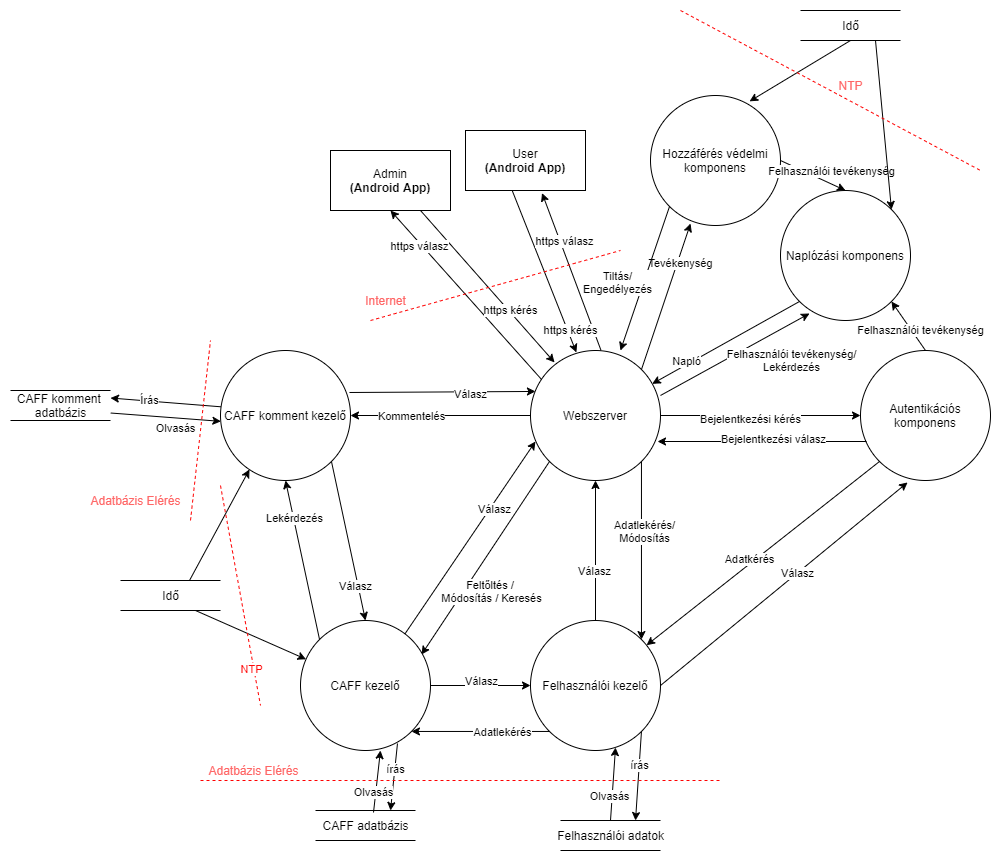
Earlier version of the draw.io export plans/DataFlow.drawio.png (zuper1998/SzamBiztHF). Source tidied: cells renumbered, new cells last; positions are measured from the earlier drawing's top-left corner, leaving out a move shared by most shapes.
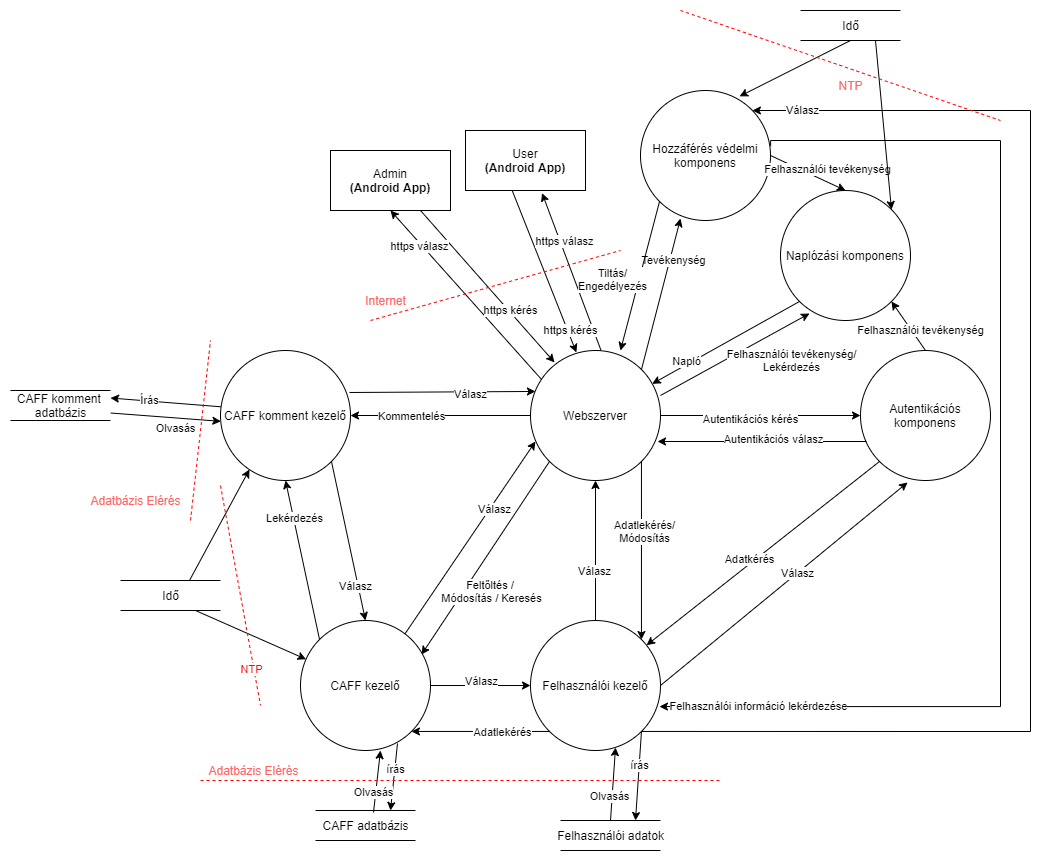
The same diagram one commit later.

The edit, as a diff of the source:
```diff
@@ -2,8 +2,22 @@
   <root>
     <mxCell id="0" />
     <mxCell id="1" parent="0" />
+    <mxCell id="89" style="edgeStyle=orthogonalEdgeStyle;rounded=0;jettySize=auto;html=1;entryX=0.992;entryY=0.662;entryDx=0;entryDy=0;entryPerimeter=0;exitX=1.001;exitY=0.428;exitDx=0;exitDy=0;exitPerimeter=0;" parent="1" edge="1" source="2" target="40">
+      <mxGeometry relative="1" as="geometry">
+        <Array as="points">
+          <mxPoint x="760" y="130" />
+          <mxPoint x="990" y="130" />
+          <mxPoint x="990" y="696" />
+        </Array>
+      </mxGeometry>
+    </mxCell>
+    <mxCell id="90" value="Felhasználói információ lekérdezése" style="edgeLabel;html=1;align=center;verticalAlign=middle;" parent="89" vertex="1">
+      <mxGeometry x="0.89" y="-1" relative="1" as="geometry">
+        <mxPoint x="36" as="offset" />
+      </mxGeometry>
+    </mxCell>
     <mxCell id="2" value="Hozzáférés védelmi komponens" style="ellipse;whiteSpace=wrap;html=1;" parent="1" vertex="1">
-      <mxGeometry x="640" y="85" width="130" height="130" as="geometry" />
+      <mxGeometry x="630" y="80" width="130" height="130" as="geometry" />
     </mxCell>
     <mxCell id="3" style="rounded=0;jettySize=auto;html=1;exitX=0.39;exitY=1.005;exitDx=0;exitDy=0;exitPerimeter=0;entryX=0.353;entryY=0.015;entryDx=0;entryDy=0;entryPerimeter=0;" parent="1" edge="1" source="19" target="16">
       <mxGeometry relative="1" as="geometry" />
@@ -11,7 +25,7 @@
     <mxCell id="4" style="edgeStyle=none;rounded=0;jettySize=auto;html=1;exitX=1;exitY=0.5;exitDx=0;exitDy=0;entryX=0;entryY=0.5;entryDx=0;entryDy=0;" parent="1" edge="1" source="16" target="29">
       <mxGeometry relative="1" as="geometry" />
     </mxCell>
-    <mxCell id="5" value="Bejelentkezési kérés" style="edgeLabel;html=1;align=center;verticalAlign=middle;" parent="4" vertex="1">
+    <mxCell id="5" value="Autentikációs kérés" style="edgeLabel;html=1;align=center;verticalAlign=middle;" parent="4" vertex="1">
       <mxGeometry x="-0.11" y="-3" relative="1" as="geometry" />
     </mxCell>
     <mxCell id="6" style="edgeStyle=none;rounded=0;jettySize=auto;html=1;exitX=1;exitY=1;exitDx=0;exitDy=0;entryX=1;entryY=0;entryDx=0;entryDy=0;" parent="1" edge="1" source="16" target="40">
@@ -99,7 +113,7 @@
     <mxCell id="30" style="edgeStyle=none;rounded=0;jettySize=auto;html=1;exitX=0.046;exitY=0.7;exitDx=0;exitDy=0;entryX=0.977;entryY=0.7;entryDx=0;entryDy=0;exitPerimeter=0;entryPerimeter=0;" parent="1" edge="1" source="29" target="16">
       <mxGeometry relative="1" as="geometry" />
     </mxCell>
-    <mxCell id="31" value="Bejelentkezési válasz" style="edgeLabel;html=1;align=center;verticalAlign=middle;" parent="30" vertex="1">
+    <mxCell id="31" value="Autentikációs válasz" style="edgeLabel;html=1;align=center;verticalAlign=middle;" parent="30" vertex="1">
       <mxGeometry x="-0.11" y="-3" relative="1" as="geometry" />
     </mxCell>
     <mxCell id="32" style="edgeStyle=none;rounded=0;jettySize=auto;html=1;exitX=1;exitY=0.5;exitDx=0;exitDy=0;entryX=0.362;entryY=1.015;entryDx=0;entryDy=0;entryPerimeter=0;" parent="1" edge="1" source="40" target="29">
@@ -126,6 +140,17 @@
     <mxCell id="39" value="Adatlekérés" style="edgeLabel;html=1;align=center;verticalAlign=middle;" parent="38" vertex="1">
       <mxGeometry x="-0.3" y="1" relative="1" as="geometry" />
     </mxCell>
+    <mxCell id="91" style="edgeStyle=orthogonalEdgeStyle;rounded=0;jettySize=auto;html=1;exitX=1;exitY=1;exitDx=0;exitDy=0;" parent="1" edge="1" source="40" target="2">
+      <mxGeometry relative="1" as="geometry">
+        <Array as="points">
+          <mxPoint x="1020" y="721" />
+          <mxPoint x="1020" y="100" />
+        </Array>
+      </mxGeometry>
+    </mxCell>
+    <mxCell id="92" value="Válasz" style="edgeLabel;html=1;align=center;verticalAlign=middle;" parent="91" vertex="1">
+      <mxGeometry x="0.92" y="-1" relative="1" as="geometry" />
+    </mxCell>
     <mxCell id="40" value="Felhasználói kezelő" style="ellipse;whiteSpace=wrap;html=1;" parent="1" vertex="1">
       <mxGeometry x="520" y="610" width="130" height="130" as="geometry" />
     </mxCell>
@@ -236,7 +261,7 @@
     <mxCell id="73" style="endArrow=none;dashed=1;html=1;rounded=0;fillColor=#f8cecc;strokeColor=#FF0000;" parent="1" edge="1">
       <mxGeometry relative="1" as="geometry">
         <mxPoint x="670" as="sourcePoint" />
-        <mxPoint x="970" y="160" as="targetPoint" />
+        <mxPoint x="990" y="110" as="targetPoint" />
       </mxGeometry>
     </mxCell>
     <mxCell id="74" value="&lt;font color=&quot;#ff6666&quot;&gt;NTP&lt;/font&gt;" style="text;html=1;align=center;verticalAlign=middle;strokeColor=none;fillColor=none;" parent="1" vertex="1">
```
